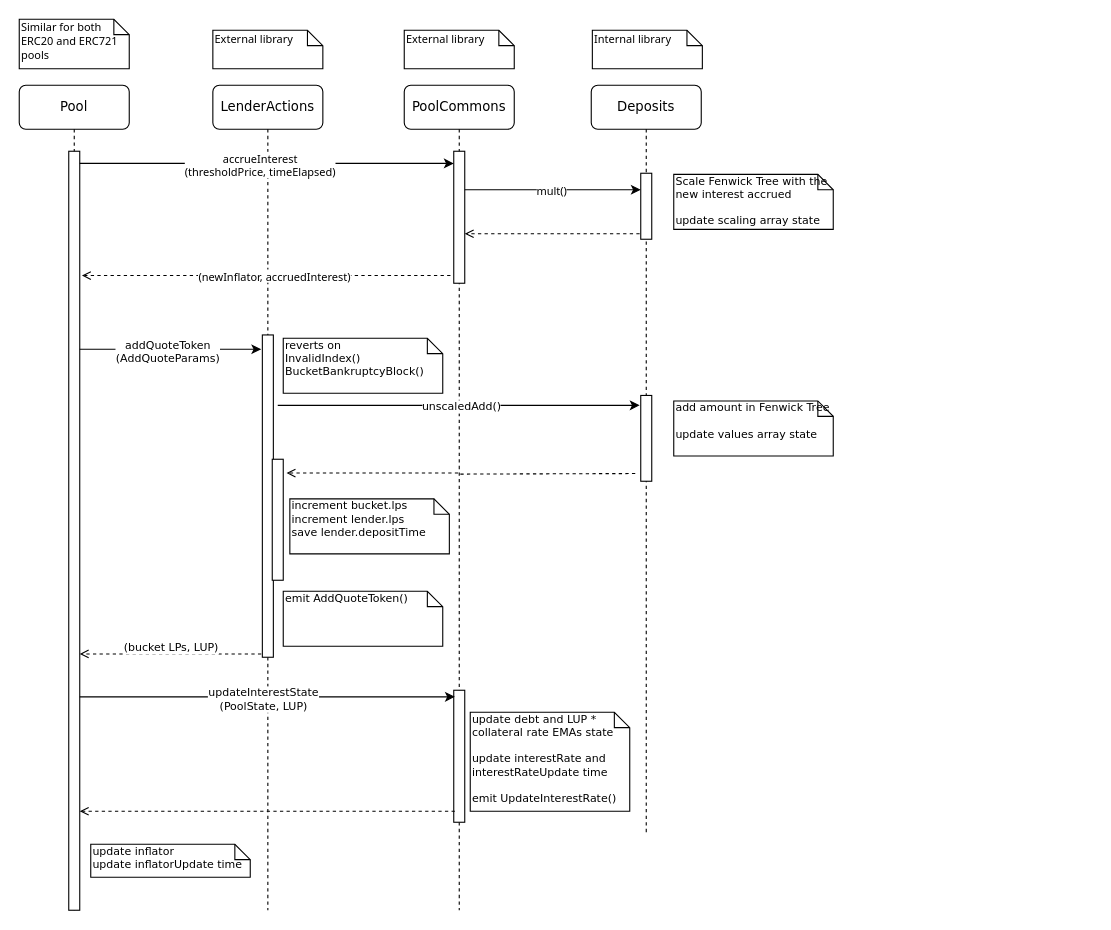
Earlier version of the draw.io diagram docs/drawio/addQuoteToken.drawio (ajna-finance/ajna-core). Source tidied: cells renumbered, new cells numbered last; positions are measured from the earlier drawing's top-left corner, leaving out a move shared by most shapes. Both pictures are drawn from the tidied source at 110%, with x=0, y=0 at pixel (19, 19).
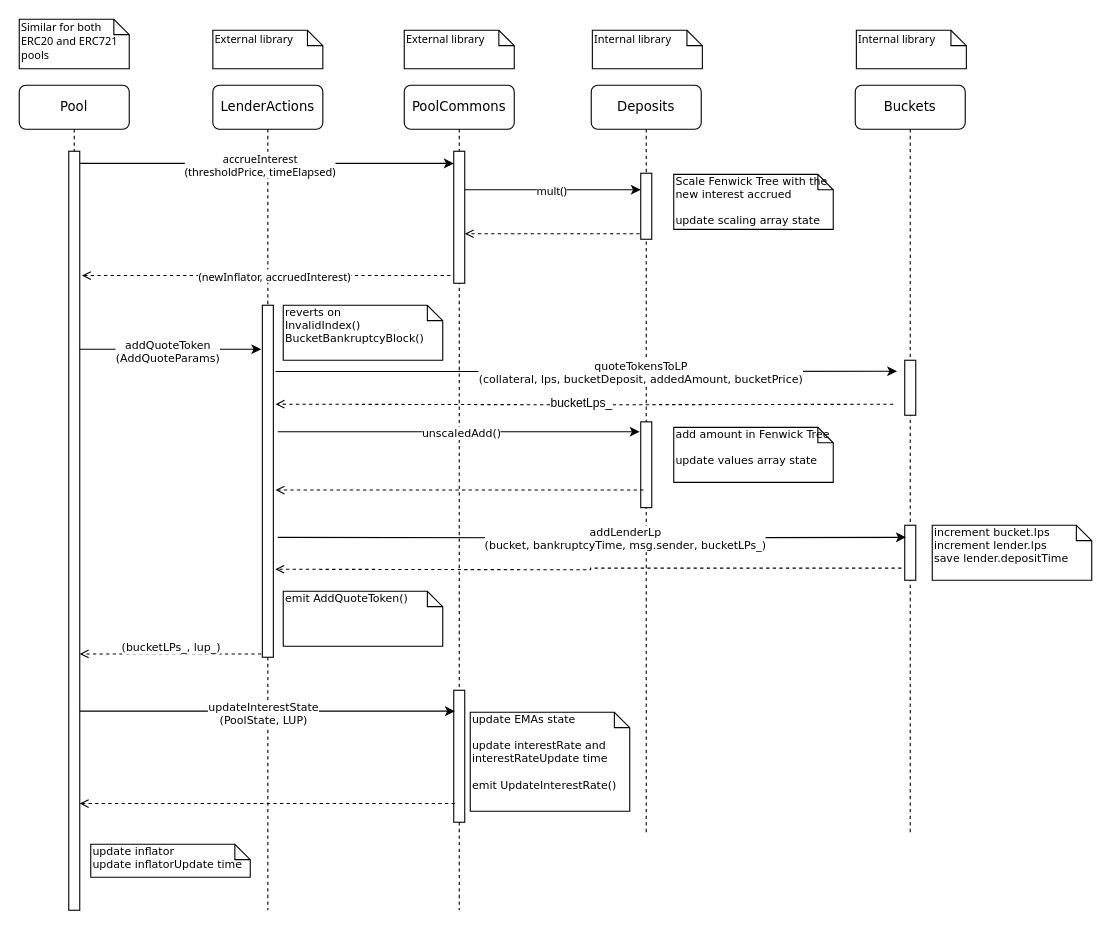
The same diagram, later.

Unchanged cells that the change refers to:
```xml
<mxCell id="2" value="LenderActions" style="shape=umlLifeline;perimeter=lifelinePerimeter;whiteSpace=wrap;html=1;rounded=1;shadow=0;comic=0;labelBackgroundColor=none;strokeWidth=1;fontFamily=Verdana;fontSize=12;align=center;" parent="1" vertex="1">
  <mxGeometry x="176" y="60" width="100" height="750" as="geometry" />
</mxCell>
<mxCell id="5" value="PoolCommons" style="shape=umlLifeline;perimeter=lifelinePerimeter;whiteSpace=wrap;html=1;rounded=1;shadow=0;comic=0;labelBackgroundColor=none;strokeWidth=1;fontFamily=Verdana;fontSize=12;align=center;" parent="1" vertex="1">
  <mxGeometry x="350" y="60" width="100" height="750" as="geometry" />
</mxCell>
<mxCell id="7" style="html=1;points=[];perimeter=orthogonalPerimeter;rounded=0;shadow=0;comic=0;labelBackgroundColor=none;strokeWidth=1;fontFamily=Verdana;fontSize=12;align=center;" parent="5" vertex="1">
  <mxGeometry x="45" y="550" width="10" height="120" as="geometry" />
</mxCell>
<mxCell id="8" value="&lt;font&gt;Deposits&lt;/font&gt;" style="shape=umlLifeline;perimeter=lifelinePerimeter;whiteSpace=wrap;html=1;rounded=1;shadow=0;comic=0;labelBackgroundColor=none;strokeWidth=1;fontFamily=Verdana;fontSize=12;align=center;" parent="1" vertex="1">
  <mxGeometry x="520" y="60" width="100" height="680" as="geometry" />
</mxCell>
<mxCell id="12" style="html=1;points=[];perimeter=orthogonalPerimeter;rounded=0;shadow=0;comic=0;labelBackgroundColor=none;strokeWidth=1;fontFamily=Verdana;fontSize=12;align=center;" parent="11" vertex="1">
  <mxGeometry x="45" y="60" width="10" height="690" as="geometry" />
</mxCell>
```

Diff of the diagram source:
```diff
@@
     <mxCell id="3" style="html=1;points=[];perimeter=orthogonalPerimeter;rounded=0;shadow=0;comic=0;labelBackgroundColor=none;strokeWidth=1;fontFamily=Verdana;fontSize=12;align=center;" parent="2" vertex="1">
-      <mxGeometry x="45" y="227" width="10" height="293" as="geometry" />
+      <mxGeometry x="45" y="200" width="10" height="320" as="geometry" />
     </mxCell>
-    <mxCell id="4" style="html=1;points=[];perimeter=orthogonalPerimeter;rounded=0;shadow=0;comic=0;labelBackgroundColor=none;strokeColor=#000000;strokeWidth=1;fillColor=#FFFFFF;fontFamily=Verdana;fontSize=12;fontColor=#000000;align=center;" parent="2" vertex="1">
-      <mxGeometry x="54" y="340" width="10" height="110" as="geometry" />
-    </mxCell>
@@
+    <mxCell id="30" value="&lt;div&gt;reverts on&lt;/div&gt;&lt;div&gt;InvalidIndex()&lt;/div&gt;&lt;div&gt;BucketBankruptcyBlock()&lt;br&gt;&lt;/div&gt;" style="shape=note;whiteSpace=wrap;html=1;size=14;verticalAlign=top;align=left;spacingTop=-6;rounded=0;shadow=0;comic=0;labelBackgroundColor=none;strokeWidth=1;fontFamily=Verdana;fontSize=10;" parent="5" vertex="1">
+      <mxGeometry x="-110" y="200" width="145" height="50" as="geometry" />
+    </mxCell>
@@
     <mxCell id="10" style="html=1;perimeter=orthogonalPerimeter;rounded=0;shadow=0;comic=0;labelBackgroundColor=none;strokeWidth=1;fontFamily=Verdana;fontSize=12;align=center;" parent="8" vertex="1">
-      <mxGeometry x="45" y="282" width="10" height="78" as="geometry" />
+      <mxGeometry x="45" y="306" width="10" height="78" as="geometry" />
     </mxCell>
@@
     <mxCell id="27" style="edgeStyle=orthogonalEdgeStyle;rounded=0;orthogonalLoop=1;jettySize=auto;html=1;fontFamily=Verdana;fontSize=10;endArrow=classic;endFill=1;" parent="1" edge="1">
       <mxGeometry relative="1" as="geometry">
-        <mxPoint x="235" y="351" as="sourcePoint" />
-        <mxPoint x="564" y="351" as="targetPoint" />
+        <mxPoint x="235" y="375" as="sourcePoint" />
+        <mxPoint x="564" y="375" as="targetPoint" />
         <Array as="points">
-          <mxPoint x="334" y="351" />
-          <mxPoint x="334" y="351" />
+          <mxPoint x="334" y="375" />
+          <mxPoint x="334" y="375" />
         </Array>
       </mxGeometry>
     </mxCell>
@@
     <mxCell id="29" value="&lt;div&gt;add amount in Fenwick Tree&lt;br&gt;&lt;/div&gt;&lt;div&gt;&lt;br&gt;&lt;/div&gt;&lt;div&gt;update values array state&lt;br&gt;&lt;/div&gt;" style="shape=note;whiteSpace=wrap;html=1;size=14;verticalAlign=top;align=left;spacingTop=-6;rounded=0;shadow=0;comic=0;labelBackgroundColor=none;strokeWidth=1;fontFamily=Verdana;fontSize=10;" parent="1" vertex="1">
-      <mxGeometry x="595" y="347" width="145" height="50" as="geometry" />
+      <mxGeometry x="595" y="371" width="145" height="50" as="geometry" />
     </mxCell>
-    <mxCell id="30" value="&lt;div&gt;reverts on&lt;/div&gt;&lt;div&gt;InvalidIndex()&lt;/div&gt;&lt;div&gt;BucketBankruptcyBlock()&lt;br&gt;&lt;/div&gt;" style="shape=note;whiteSpace=wrap;html=1;size=14;verticalAlign=top;align=left;spacingTop=-6;rounded=0;shadow=0;comic=0;labelBackgroundColor=none;strokeWidth=1;fontFamily=Verdana;fontSize=10;" parent="1" vertex="1">
-      <mxGeometry x="240" y="290" width="145" height="50" as="geometry" />
-    </mxCell>
-    <mxCell id="31" value="&lt;div&gt;increment bucket.lps&lt;/div&gt;&lt;div&gt;increment lender.lps&lt;/div&gt;&lt;div&gt;save lender.depositTime&lt;br&gt;&lt;/div&gt;" style="shape=note;whiteSpace=wrap;html=1;size=14;verticalAlign=top;align=left;spacingTop=-6;rounded=0;shadow=0;comic=0;labelBackgroundColor=none;strokeWidth=1;fontFamily=Verdana;fontSize=10;" parent="1" vertex="1">
-      <mxGeometry x="246" y="436" width="145" height="50" as="geometry" />
-    </mxCell>
-    <mxCell id="32" style="edgeStyle=orthogonalEdgeStyle;rounded=0;jettySize=auto;html=1;entryX=1.3;entryY=0.114;entryDx=0;entryDy=0;entryPerimeter=0;fontFamily=Verdana;fontSize=10;endArrow=open;endFill=0;dashed=1;" parent="1" edge="1" target="4">
+    <mxCell id="32" style="edgeStyle=orthogonalEdgeStyle;rounded=0;orthogonalLoop=1;jettySize=auto;html=1;fontFamily=Verdana;fontSize=10;endArrow=open;endFill=0;dashed=1;exitX=0.45;exitY=0.795;exitDx=0;exitDy=0;exitPerimeter=0;" parent="1" edge="1">
       <mxGeometry relative="1" as="geometry">
-        <mxPoint x="560" y="413" as="sourcePoint" />
+        <mxPoint x="567.5" y="428" as="sourcePoint" />
+        <mxPoint x="233" y="428" as="targetPoint" />
       </mxGeometry>
     </mxCell>
@@
-    <mxCell id="35" style="edgeStyle=orthogonalEdgeStyle;rounded=0;jettySize=auto;html=1;entryX=0.1;entryY=0.05;entryDx=0;entryDy=0;entryPerimeter=0;fontFamily=Verdana;fontSize=10;endArrow=classic;endFill=1;" parent="1" edge="1" source="12" target="7">
+    <mxCell id="35" style="edgeStyle=orthogonalEdgeStyle;rounded=0;orthogonalLoop=1;jettySize=auto;html=1;entryX=0.1;entryY=0.05;entryDx=0;entryDy=0;entryPerimeter=0;fontFamily=Verdana;fontSize=10;endArrow=classic;endFill=1;" parent="1" edge="1">
       <mxGeometry relative="1" as="geometry">
+        <mxPoint x="55" y="629" as="sourcePoint" />
+        <mxPoint x="396" y="629" as="targetPoint" />
         <Array as="points">
-          <mxPoint x="140" y="616" />
-          <mxPoint x="140" y="616" />
+          <mxPoint x="140" y="629" />
+          <mxPoint x="140" y="629" />
         </Array>
       </mxGeometry>
     </mxCell>
@@
-    <mxCell id="37" style="edgeStyle=orthogonalEdgeStyle;rounded=0;jettySize=auto;html=1;dashed=1;fontFamily=Verdana;fontSize=10;endArrow=open;endFill=0;exitX=0.1;exitY=0.917;exitDx=0;exitDy=0;exitPerimeter=0;" parent="1" edge="1" source="7">
+    <mxCell id="37" style="edgeStyle=orthogonalEdgeStyle;rounded=0;orthogonalLoop=1;jettySize=auto;html=1;dashed=1;fontFamily=Verdana;fontSize=10;endArrow=open;endFill=0;exitX=0.1;exitY=0.917;exitDx=0;exitDy=0;exitPerimeter=0;" parent="1" edge="1">
       <mxGeometry relative="1" as="geometry">
-        <mxPoint x="55" y="720" as="targetPoint" />
+        <mxPoint x="396" y="713" as="sourcePoint" />
+        <mxPoint x="55" y="713" as="targetPoint" />
       </mxGeometry>
     </mxCell>
-    <mxCell id="38" value="&lt;div&gt;update debt and LUP * collateral rate EMAs state&lt;/div&gt;&lt;div&gt;&lt;br&gt;&lt;/div&gt;&lt;div&gt;update interestRate and interestRateUpdate time&lt;br&gt;&lt;/div&gt;&lt;div&gt;&lt;br&gt;&lt;/div&gt;&lt;div&gt;emit UpdateInterestRate()&lt;br&gt;&lt;/div&gt;" style="shape=note;whiteSpace=wrap;html=1;size=14;verticalAlign=top;align=left;spacingTop=-6;rounded=0;shadow=0;comic=0;labelBackgroundColor=none;strokeWidth=1;fontFamily=Verdana;fontSize=10;" parent="1" vertex="1">
+    <mxCell id="38" value="&lt;div&gt;update EMAs state&lt;/div&gt;&lt;div&gt;&lt;br&gt;&lt;/div&gt;&lt;div&gt;update interestRate and interestRateUpdate time&lt;br&gt;&lt;/div&gt;&lt;div&gt;&lt;br&gt;&lt;/div&gt;&lt;div&gt;emit UpdateInterestRate()&lt;br&gt;&lt;/div&gt;" style="shape=note;whiteSpace=wrap;html=1;size=14;verticalAlign=top;align=left;spacingTop=-6;rounded=0;shadow=0;comic=0;labelBackgroundColor=none;strokeWidth=1;fontFamily=Verdana;fontSize=10;" parent="1" vertex="1">
       <mxGeometry x="410" y="630" width="145" height="90" as="geometry" />
     </mxCell>
@@
-    <mxCell id="40" value="(bucket LPs, LUP)" style="edgeLabel;html=1;align=center;verticalAlign=middle;fontSize=10;fontFamily=Verdana;" parent="1" vertex="1">
+    <mxCell id="40" value="(bucketLPs_, lup_)" style="edgeLabel;html=1;align=center;verticalAlign=middle;fontSize=10;fontFamily=Verdana;" parent="1" vertex="1">
       <mxGeometry x="137.5" y="570" as="geometry" />
     </mxCell>
+    <mxCell id="41" value="Buckets" style="shape=umlLifeline;perimeter=lifelinePerimeter;whiteSpace=wrap;html=1;rounded=1;shadow=0;comic=0;labelBackgroundColor=none;strokeWidth=1;fontFamily=Verdana;fontSize=12;align=center;" parent="1" vertex="1">
+      <mxGeometry x="760" y="60" width="100" height="680" as="geometry" />
+    </mxCell>
+    <mxCell id="42" style="html=1;perimeter=orthogonalPerimeter;rounded=0;shadow=0;comic=0;labelBackgroundColor=none;strokeWidth=1;fontFamily=Verdana;fontSize=12;align=center;" parent="41" vertex="1">
+      <mxGeometry x="45" y="250" width="10" height="50" as="geometry" />
+    </mxCell>
+    <mxCell id="43" style="html=1;points=[];perimeter=orthogonalPerimeter;rounded=0;shadow=0;comic=0;labelBackgroundColor=none;strokeWidth=1;fontFamily=Verdana;fontSize=12;align=center;" parent="41" vertex="1">
+      <mxGeometry x="45" y="400" width="10" height="50" as="geometry" />
+    </mxCell>
+    <mxCell id="44" value="&lt;font style=&quot;font-size: 10px;&quot; face=&quot;Tahoma&quot;&gt;Internal library&lt;br&gt;&lt;/font&gt;" style="shape=note;whiteSpace=wrap;html=1;size=14;verticalAlign=top;align=left;spacingTop=-6;rounded=0;shadow=0;comic=0;labelBackgroundColor=none;strokeWidth=1;fontFamily=Verdana;fontSize=12;" parent="1" vertex="1">
+      <mxGeometry x="761" y="10" width="100" height="35" as="geometry" />
+    </mxCell>
+    <mxCell id="45" style="edgeStyle=orthogonalEdgeStyle;rounded=0;jettySize=auto;html=1;fontFamily=Verdana;fontSize=10;endArrow=classic;endFill=1;exitX=1.2;exitY=0.188;exitDx=0;exitDy=0;exitPerimeter=0;" parent="1" edge="1" source="3">
+      <mxGeometry relative="1" as="geometry">
+        <mxPoint x="798" y="320" as="targetPoint" />
+      </mxGeometry>
+    </mxCell>
+    <mxCell id="46" value="quoteTokensToLP&lt;br&gt;(collateral, lps, bucketDeposit, addedAmount, bucketPrice)" style="edgeLabel;html=1;align=center;verticalAlign=middle;fontSize=10;fontFamily=Verdana;" parent="45" vertex="1">
+      <mxGeometry x="-0.09" relative="1" as="geometry">
+        <mxPoint x="75" as="offset" />
+      </mxGeometry>
+    </mxCell>
+    <mxCell id="47" style="edgeStyle=orthogonalEdgeStyle;rounded=0;jettySize=auto;html=1;fontFamily=Verdana;fontSize=10;endArrow=open;endFill=0;dashed=1;exitX=0.45;exitY=0.795;exitDx=0;exitDy=0;exitPerimeter=0;entryX=1.2;entryY=0.281;entryDx=0;entryDy=0;entryPerimeter=0;" parent="1" edge="1" target="3">
+      <mxGeometry relative="1" as="geometry">
+        <mxPoint x="794.5" y="350" as="sourcePoint" />
+      </mxGeometry>
+    </mxCell>
+    <mxCell id="48" value="bucketLps_" style="edgeLabel;html=1;align=center;verticalAlign=middle;" parent="47" vertex="1">
+      <mxGeometry x="0.17" y="3" relative="1" as="geometry">
+        <mxPoint x="44" y="-4" as="offset" />
+      </mxGeometry>
+    </mxCell>
+    <mxCell id="31" value="&lt;div&gt;increment bucket.lps&lt;/div&gt;&lt;div&gt;increment lender.lps&lt;/div&gt;&lt;div&gt;save lender.depositTime&lt;br&gt;&lt;/div&gt;" style="shape=note;whiteSpace=wrap;html=1;size=14;verticalAlign=top;align=left;spacingTop=-6;rounded=0;shadow=0;comic=0;labelBackgroundColor=none;strokeWidth=1;fontFamily=Verdana;fontSize=10;" parent="1" vertex="1">
+      <mxGeometry x="830" y="460" width="145" height="50" as="geometry" />
+    </mxCell>
+    <mxCell id="49" style="edgeStyle=orthogonalEdgeStyle;rounded=0;jettySize=auto;html=1;fontFamily=Verdana;fontSize=10;endArrow=classic;endFill=1;exitX=1.4;exitY=0.7;exitDx=0;exitDy=0;exitPerimeter=0;entryX=0.1;entryY=0.22;entryDx=0;entryDy=0;entryPerimeter=0;" parent="1" edge="1" target="43">
+      <mxGeometry relative="1" as="geometry">
+        <mxPoint x="235" y="471" as="sourcePoint" />
+      </mxGeometry>
+    </mxCell>
+    <mxCell id="50" value="addLenderLp&lt;br&gt;(bucket, bankruptcyTime, msg.sender, bucketLPs_)" style="edgeLabel;html=1;align=center;verticalAlign=middle;fontSize=10;fontFamily=Verdana;" parent="49" vertex="1">
+      <mxGeometry x="-0.09" relative="1" as="geometry">
+        <mxPoint x="56" as="offset" />
+      </mxGeometry>
+    </mxCell>
+    <mxCell id="51" style="edgeStyle=orthogonalEdgeStyle;rounded=0;jettySize=auto;html=1;fontFamily=Verdana;fontSize=10;endArrow=open;endFill=0;dashed=1;exitX=-0.3;exitY=0.78;exitDx=0;exitDy=0;exitPerimeter=0;" parent="1" edge="1" source="43">
+      <mxGeometry relative="1" as="geometry">
+        <mxPoint x="232.8" y="500" as="targetPoint" />
+      </mxGeometry>
+    </mxCell>
```
